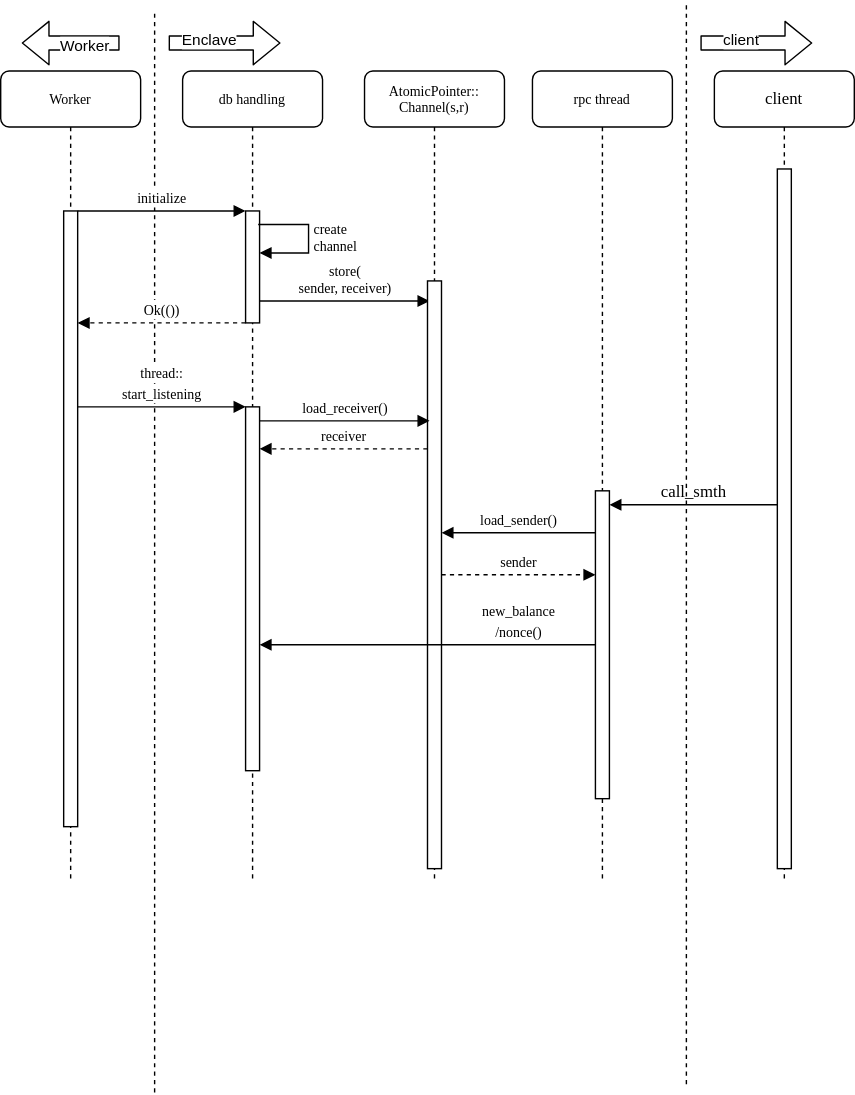
haerdib/substraTEE_diagramms keeps this draw.io diagram as database_thread.svg. Above is the earlier version. Source tidied: cells renumbered, new cells last; positions are measured from the earlier drawing's top-left corner, leaving out a move shared by most shapes.
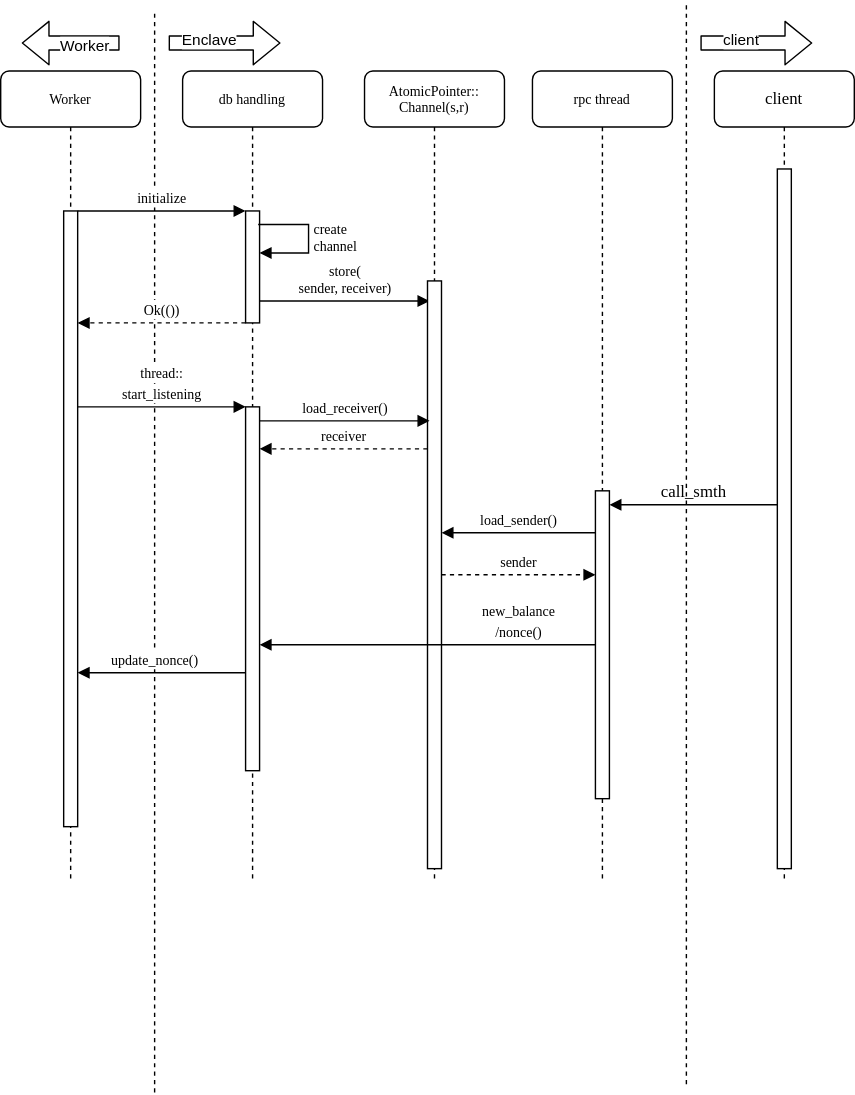
The same file after the commit.

Change to the diagram source:
```diff
@@ -142,5 +142,11 @@
     <mxCell id="31" value="&lt;div&gt;&lt;font size=&quot;1&quot;&gt;new_balance&lt;/font&gt;&lt;/div&gt;&lt;div&gt;&lt;font size=&quot;1&quot;&gt;/nonce()&lt;/font&gt;&lt;/div&gt;" style="html=1;verticalAlign=bottom;endArrow=block;labelBackgroundColor=none;fontFamily=Verdana;fontSize=12;" parent="1" edge="1" source="15" target="22">
       <mxGeometry x="-0.54" relative="1" as="geometry" />
     </mxCell>
+    <mxCell id="32" value="&lt;span style=&quot;background-color: rgb(255 , 255 , 255)&quot;&gt;&lt;font style=&quot;font-size: 10px&quot;&gt;update_nonce()&lt;/font&gt;&lt;/span&gt;" style="html=1;verticalAlign=bottom;endArrow=block;labelBackgroundColor=none;fontFamily=Verdana;fontSize=12;" parent="1" edge="1">
+      <mxGeometry x="0.08" relative="1" as="geometry">
+        <mxPoint x="175" y="480" as="sourcePoint" />
+        <mxPoint x="55" y="480" as="targetPoint" />
+      </mxGeometry>
+    </mxCell>
   </root>
 </mxGraphModel>
```
